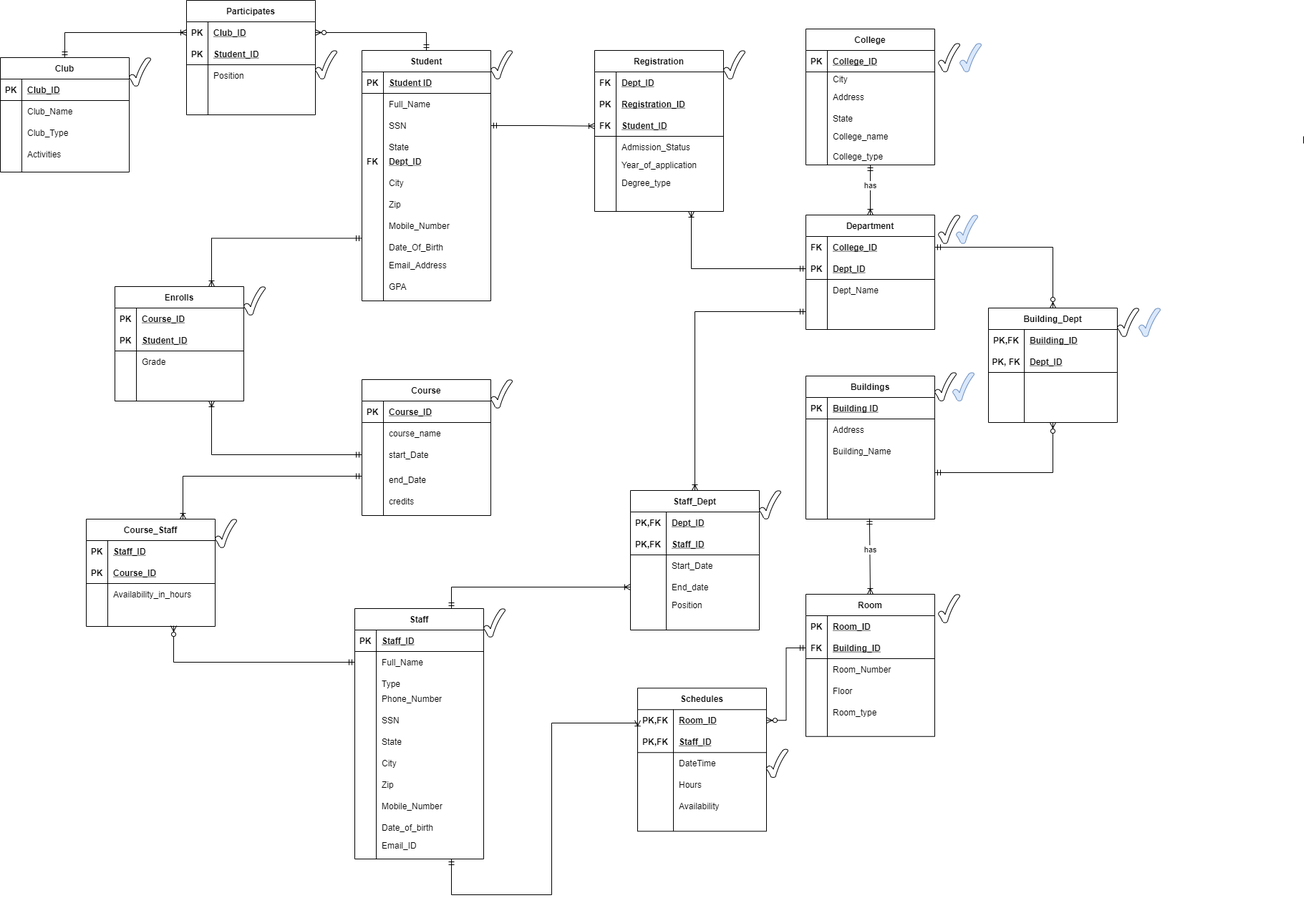
harshitparikh1/University-Management-System keeps this draw.io diagram as ER Diagram.png. Above is the earlier version. Source tidied: cells renumbered, new cells last; positions are measured from the earlier drawing's top-left corner, leaving out a move shared by most shapes.
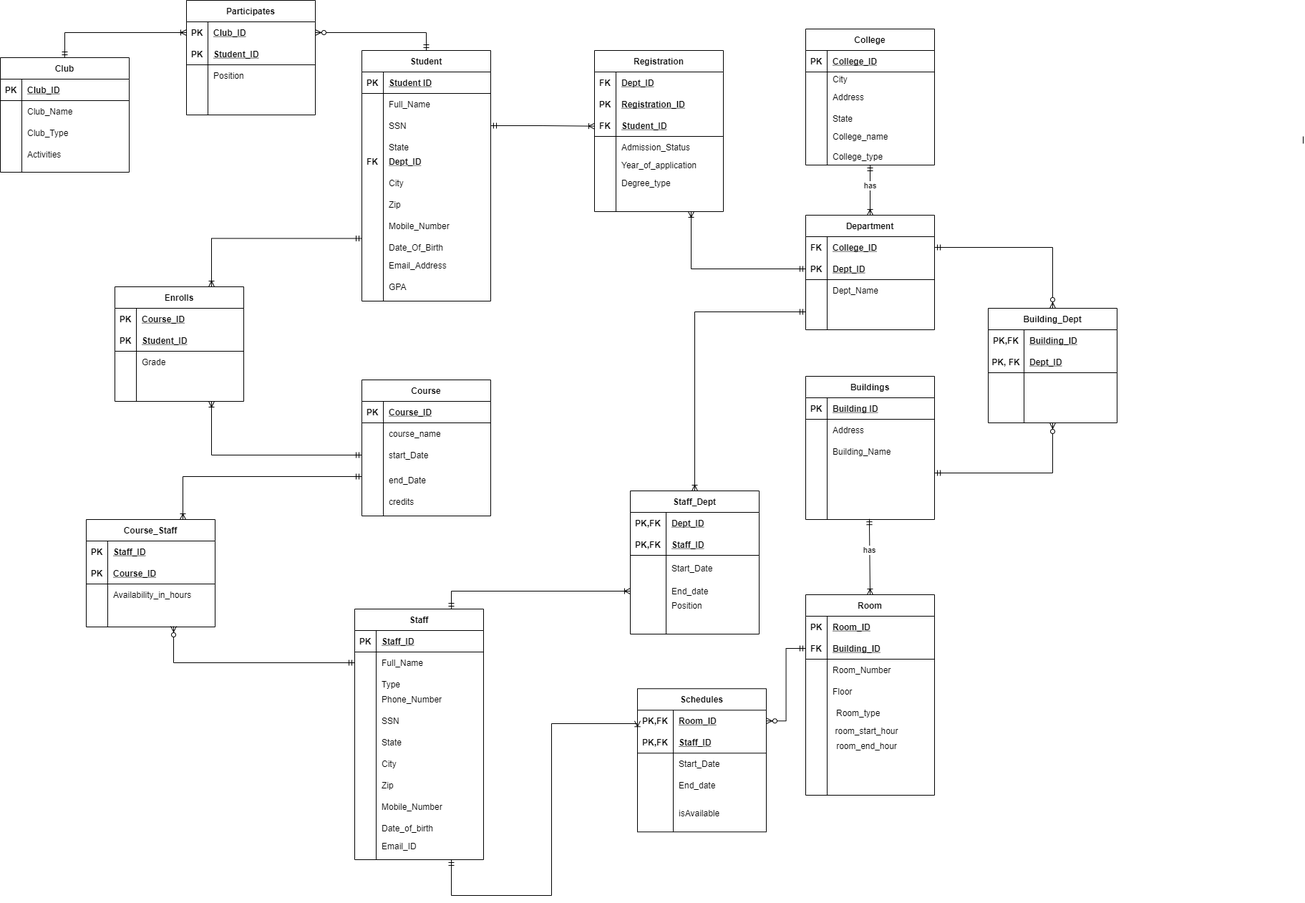
After the change.

The edit, as a diff of the source:
```diff
@@ -445,7 +445,7 @@
     <mxCell id="147" style="shape=partialRectangle;fillColor=none;top=0;left=0;bottom=0;right=0;overflow=hidden;" parent="146" vertex="1">
       <mxGeometry width="50" height="30" as="geometry" />
     </mxCell>
-    <mxCell id="148" value="DateTime" style="shape=partialRectangle;fillColor=none;top=0;left=0;bottom=0;right=0;align=left;spacingLeft=6;overflow=hidden;" parent="146" vertex="1">
+    <mxCell id="148" style="shape=partialRectangle;fillColor=none;top=0;left=0;bottom=0;right=0;align=left;spacingLeft=6;overflow=hidden;" parent="146" vertex="1">
       <mxGeometry x="50" width="130" height="30" as="geometry" />
     </mxCell>
     <mxCell id="149" style="shape=partialRectangle;fillColor=none;top=0;left=0;bottom=0;right=0;" parent="139" vertex="1">
@@ -454,11 +454,11 @@
     <mxCell id="150" style="shape=partialRectangle;fillColor=none;top=0;left=0;bottom=0;right=0;overflow=hidden;" parent="149" vertex="1">
       <mxGeometry width="50" height="30" as="geometry" />
     </mxCell>
-    <mxCell id="151" value="Hours" style="shape=partialRectangle;fillColor=none;top=0;left=0;bottom=0;right=0;align=left;spacingLeft=6;overflow=hidden;strokeColor=default;fontColor=default;" parent="149" vertex="1">
+    <mxCell id="151" style="shape=partialRectangle;fillColor=none;top=0;left=0;bottom=0;right=0;align=left;spacingLeft=6;overflow=hidden;strokeColor=default;fontColor=default;" parent="149" vertex="1">
       <mxGeometry x="50" width="130" height="30" as="geometry" />
     </mxCell>
     <mxCell id="152" value="Staff_Dept" style="shape=table;startSize=30;rowLines=0;fontStyle=1;align=center;fillColor=default;strokeColor=default;fontColor=default;" parent="1" vertex="1">
-      <mxGeometry x="880" y="685" width="180" height="195" as="geometry" />
+      <mxGeometry x="880" y="685" width="180" height="200" as="geometry" />
     </mxCell>
     <mxCell id="153" style="shape=partialRectangle;fillColor=none;top=0;left=0;bottom=0;right=0;" parent="152" vertex="1">
       <mxGeometry y="30" width="180" height="30" as="geometry" />
@@ -479,16 +479,16 @@
       <mxGeometry x="50" width="130" height="30" as="geometry" />
     </mxCell>
     <mxCell id="159" style="shape=partialRectangle;fillColor=none;top=0;left=0;bottom=0;right=0;" parent="152" vertex="1">
-      <mxGeometry y="90" width="180" height="30" as="geometry" />
+      <mxGeometry y="90" width="180" height="35" as="geometry" />
     </mxCell>
     <mxCell id="160" style="shape=partialRectangle;fillColor=none;top=0;left=0;bottom=0;right=0;overflow=hidden;" parent="159" vertex="1">
-      <mxGeometry width="50" height="30" as="geometry" />
+      <mxGeometry width="50" height="35" as="geometry" />
     </mxCell>
     <mxCell id="161" value="Start_Date" style="shape=partialRectangle;fillColor=none;top=0;left=0;bottom=0;right=0;align=left;spacingLeft=6;overflow=hidden;" parent="159" vertex="1">
-      <mxGeometry x="50" width="130" height="30" as="geometry" />
+      <mxGeometry x="50" width="130" height="35" as="geometry" />
     </mxCell>
     <mxCell id="162" style="shape=partialRectangle;fillColor=none;top=0;left=0;bottom=0;right=0;points=[[0,0.5],[1,0.5]];portConstraint=eastwest;" parent="152" vertex="1">
-      <mxGeometry y="120" width="180" height="30" as="geometry" />
+      <mxGeometry y="125" width="180" height="30" as="geometry" />
     </mxCell>
     <mxCell id="163" style="shape=partialRectangle;fillColor=none;top=0;left=0;bottom=0;right=0;overflow=hidden;" parent="162" vertex="1">
       <mxGeometry width="50" height="30" as="geometry" />
@@ -694,7 +694,7 @@
       <mxGeometry relative="1" as="geometry" />
     </mxCell>
     <mxCell id="230" value="Room" style="shape=table;startSize=30;rowLines=0;fontStyle=1;align=center;fontColor=default;strokeColor=default;fillColor=default;" parent="1" vertex="1">
-      <mxGeometry x="1125" y="830" width="180" height="198.8" as="geometry" />
+      <mxGeometry x="1125" y="830" width="180" height="280" as="geometry" />
     </mxCell>
     <mxCell id="231" style="shape=partialRectangle;fillColor=none;top=0;left=0;bottom=0;right=0;fontColor=default;strokeColor=default;" parent="230" vertex="1">
       <mxGeometry y="30" width="180" height="30" as="geometry" />
@@ -733,7 +733,7 @@
       <mxGeometry x="30" width="150" height="30" as="geometry" />
     </mxCell>
     <mxCell id="243" value="Room_type" style="shape=partialRectangle;fillColor=none;top=0;left=0;bottom=0;right=0;align=left;spacingLeft=6;overflow=hidden;fontColor=default;strokeColor=default;" parent="1" vertex="1">
-      <mxGeometry x="1155" y="980" width="150" height="30" as="geometry" />
+      <mxGeometry x="1160" y="980" width="150" height="30" as="geometry" />
     </mxCell>
     <mxCell id="244" style="edgeStyle=orthogonalEdgeStyle;fontSize=12;html=1;endArrow=ERoneToMany;startArrow=ERmandOne;rounded=0;entryX=0.5;entryY=0;entryDx=0;entryDy=0;exitX=0;exitY=0.5;exitDx=0;exitDy=0;strokeColor=default;labelBackgroundColor=default;fontColor=default;" parent="1" edge="1" source="27" target="152">
       <mxGeometry relative="1" as="geometry" />
@@ -741,8 +741,8 @@
     <mxCell id="245" style="edgeStyle=orthogonalEdgeStyle;fontSize=12;html=1;endArrow=ERzeroToMany;startArrow=ERmandOne;rounded=0;exitX=0.5;exitY=0;exitDx=0;exitDy=0;entryX=1;entryY=0.5;entryDx=0;entryDy=0;" parent="1" edge="1" source="4" target="193">
       <mxGeometry relative="1" as="geometry" />
     </mxCell>
-    <mxCell id="246" value="Availability" style="shape=partialRectangle;fillColor=none;top=0;left=0;bottom=0;right=0;align=left;spacingLeft=6;overflow=hidden;strokeColor=default;fontColor=default;" parent="1" vertex="1">
-      <mxGeometry x="940" y="1111.2" width="130" height="30" as="geometry" />
+    <mxCell id="246" value="isAvailable" style="shape=partialRectangle;fillColor=none;top=0;left=0;bottom=0;right=0;align=left;spacingLeft=6;overflow=hidden;strokeColor=default;fontColor=default;" parent="1" vertex="1">
+      <mxGeometry x="940" y="1120" width="130" height="30" as="geometry" />
     </mxCell>
     <mxCell id="247" style="edgeStyle=orthogonalEdgeStyle;fontSize=12;html=1;endArrow=ERoneToMany;startArrow=ERmandOne;rounded=0;entryX=0;entryY=0.5;entryDx=0;entryDy=0;exitX=0.5;exitY=0;exitDx=0;exitDy=0;" parent="1" edge="1" source="102" target="193">
       <mxGeometry relative="1" as="geometry" />
@@ -757,62 +757,17 @@
         </Array>
       </mxGeometry>
     </mxCell>
-    <mxCell id="249" style="verticalLabelPosition=bottom;verticalAlign=top;html=1;shape=mxgraph.basic.tick;" parent="1" vertex="1">
-      <mxGeometry x="1310" y="60" width="30" height="40" as="geometry" />
-    </mxCell>
-    <mxCell id="250" style="verticalLabelPosition=bottom;verticalAlign=top;html=1;shape=mxgraph.basic.tick;" parent="1" vertex="1">
-      <mxGeometry x="1310" y="300" width="30" height="40" as="geometry" />
-    </mxCell>
-    <mxCell id="251" style="verticalLabelPosition=bottom;verticalAlign=top;html=1;shape=mxgraph.basic.tick;" parent="1" vertex="1">
-      <mxGeometry x="1305" y="520" width="30" height="40" as="geometry" />
-    </mxCell>
-    <mxCell id="252" style="verticalLabelPosition=bottom;verticalAlign=top;html=1;shape=mxgraph.basic.tick;" parent="1" vertex="1">
-      <mxGeometry x="1560" y="430" width="30" height="40" as="geometry" />
-    </mxCell>
-    <mxCell id="253" style="verticalLabelPosition=bottom;verticalAlign=top;html=1;shape=mxgraph.basic.tick;" parent="1" vertex="1">
-      <mxGeometry x="685" y="70" width="30" height="40" as="geometry" />
-    </mxCell>
-    <mxCell id="254" style="verticalLabelPosition=bottom;verticalAlign=top;html=1;shape=mxgraph.basic.tick;" parent="1" vertex="1">
-      <mxGeometry x="1310" y="830" width="30" height="40" as="geometry" />
-    </mxCell>
-    <mxCell id="255" style="verticalLabelPosition=bottom;verticalAlign=top;html=1;shape=mxgraph.basic.tick;" parent="1" vertex="1">
-      <mxGeometry x="1010" y="70" width="30" height="40" as="geometry" />
-    </mxCell>
-    <mxCell id="256" style="verticalLabelPosition=bottom;verticalAlign=top;html=1;shape=mxgraph.basic.tick;fillColor=#dae8fc;strokeColor=#6c8ebf;" parent="1" vertex="1">
-      <mxGeometry x="1340" y="60" width="30" height="40" as="geometry" />
-    </mxCell>
-    <mxCell id="257" style="verticalLabelPosition=bottom;verticalAlign=top;html=1;shape=mxgraph.basic.tick;fillColor=#dae8fc;strokeColor=#6c8ebf;" parent="1" vertex="1">
-      <mxGeometry x="1330" y="520" width="30" height="40" as="geometry" />
-    </mxCell>
-    <mxCell id="258" style="verticalLabelPosition=bottom;verticalAlign=top;html=1;shape=mxgraph.basic.tick;fillColor=#dae8fc;strokeColor=#6c8ebf;" parent="1" vertex="1">
-      <mxGeometry x="1335" y="300" width="30" height="40" as="geometry" />
-    </mxCell>
-    <mxCell id="259" style="verticalLabelPosition=bottom;verticalAlign=top;html=1;shape=mxgraph.basic.tick;fillColor=#dae8fc;strokeColor=#6c8ebf;" parent="1" vertex="1">
-      <mxGeometry x="1590" y="430" width="30" height="40" as="geometry" />
-    </mxCell>
-    <mxCell id="260" style="verticalLabelPosition=bottom;verticalAlign=top;html=1;shape=mxgraph.basic.tick;" parent="1" vertex="1">
-      <mxGeometry x="685" y="530" width="30" height="40" as="geometry" />
-    </mxCell>
-    <mxCell id="261" style="verticalLabelPosition=bottom;verticalAlign=top;html=1;shape=mxgraph.basic.tick;" parent="1" vertex="1">
-      <mxGeometry x="675" y="850" width="30" height="40" as="geometry" />
-    </mxCell>
-    <mxCell id="262" style="verticalLabelPosition=bottom;verticalAlign=top;html=1;shape=mxgraph.basic.tick;" parent="1" vertex="1">
-      <mxGeometry x="1060" y="685" width="30" height="40" as="geometry" />
-    </mxCell>
-    <mxCell id="263" style="verticalLabelPosition=bottom;verticalAlign=top;html=1;shape=mxgraph.basic.tick;" parent="1" vertex="1">
-      <mxGeometry x="1070" y="1046.2" width="30" height="40" as="geometry" />
-    </mxCell>
-    <mxCell id="264" style="verticalLabelPosition=bottom;verticalAlign=top;html=1;shape=mxgraph.basic.tick;" parent="1" vertex="1">
-      <mxGeometry x="300" y="725" width="30" height="40" as="geometry" />
-    </mxCell>
-    <mxCell id="265" style="verticalLabelPosition=bottom;verticalAlign=top;html=1;shape=mxgraph.basic.tick;" parent="1" vertex="1">
-      <mxGeometry x="340" y="400" width="30" height="40" as="geometry" />
-    </mxCell>
-    <mxCell id="266" style="verticalLabelPosition=bottom;verticalAlign=top;html=1;shape=mxgraph.basic.tick;" parent="1" vertex="1">
-      <mxGeometry x="180" y="80" width="30" height="40" as="geometry" />
-    </mxCell>
-    <mxCell id="267" style="verticalLabelPosition=bottom;verticalAlign=top;html=1;shape=mxgraph.basic.tick;" parent="1" vertex="1">
-      <mxGeometry x="440" y="70" width="30" height="40" as="geometry" />
-    </mxCell>
+    <mxCell id="268" value="Start_Date" style="shape=partialRectangle;fillColor=none;top=0;left=0;bottom=0;right=0;align=left;spacingLeft=6;overflow=hidden;" parent="1" vertex="1">
+      <mxGeometry x="940" y="1048.8" width="130" height="35" as="geometry" />
+    </mxCell>
+    <mxCell id="269" value="End_date" style="shape=partialRectangle;fillColor=none;top=0;left=0;bottom=0;right=0;align=left;spacingLeft=6;overflow=hidden;" parent="1" vertex="1">
+      <mxGeometry x="940" y="1081.2" width="130" height="30" as="geometry" />
+    </mxCell>
+    <mxCell id="270" value="room_start_hour" style="text;html=1;align=center;verticalAlign=middle;strokeColor=none;fillColor=none;" parent="1" vertex="1">
+      <mxGeometry x="1160" y="1010" width="100" height="20" as="geometry" />
+    </mxCell>
+    <mxCell id="271" value="room_end_hour" style="text;html=1;align=center;verticalAlign=middle;strokeColor=none;fillColor=none;" parent="1" vertex="1">
+      <mxGeometry x="1160" y="1031.2" width="100" height="20" as="geometry" />
+    </mxCell>
   </root>
 </mxGraphModel>
```
